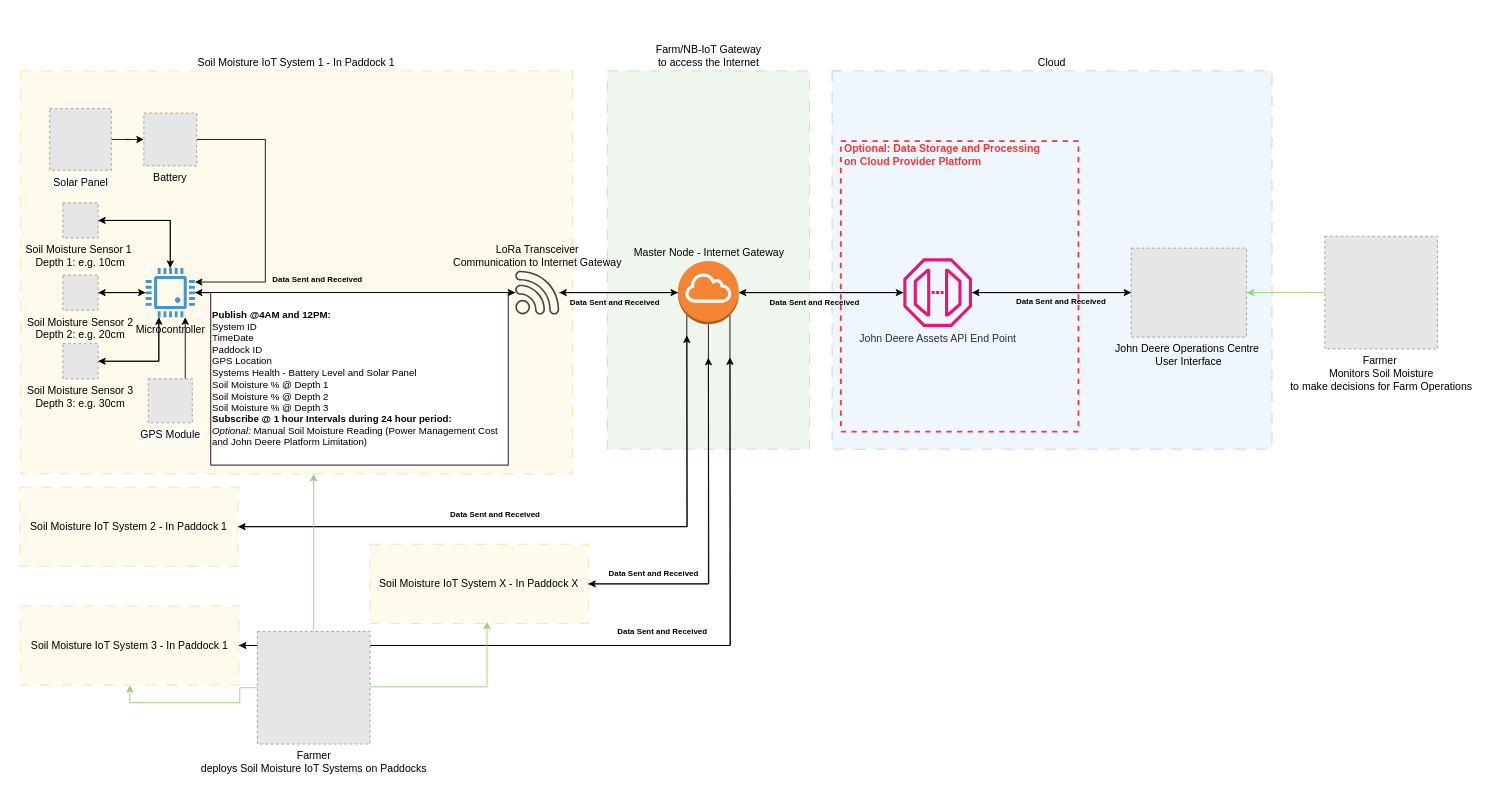
The draw.io diagram Deliverables/Ideal Solution Diagram.drawio in bellabaohaha/CITS5206-Gp2, before the edit. Source tidied: cells renumbered, new cells numbered last; positions are measured from the earlier drawing's top-left corner, leaving out a move shared by most shapes. Both pictures are drawn from the tidied source at 88%, with x=0, y=0 at pixel (19, 70). Pictures stored in the file or linked from it are replaced by grey dashed boxes.
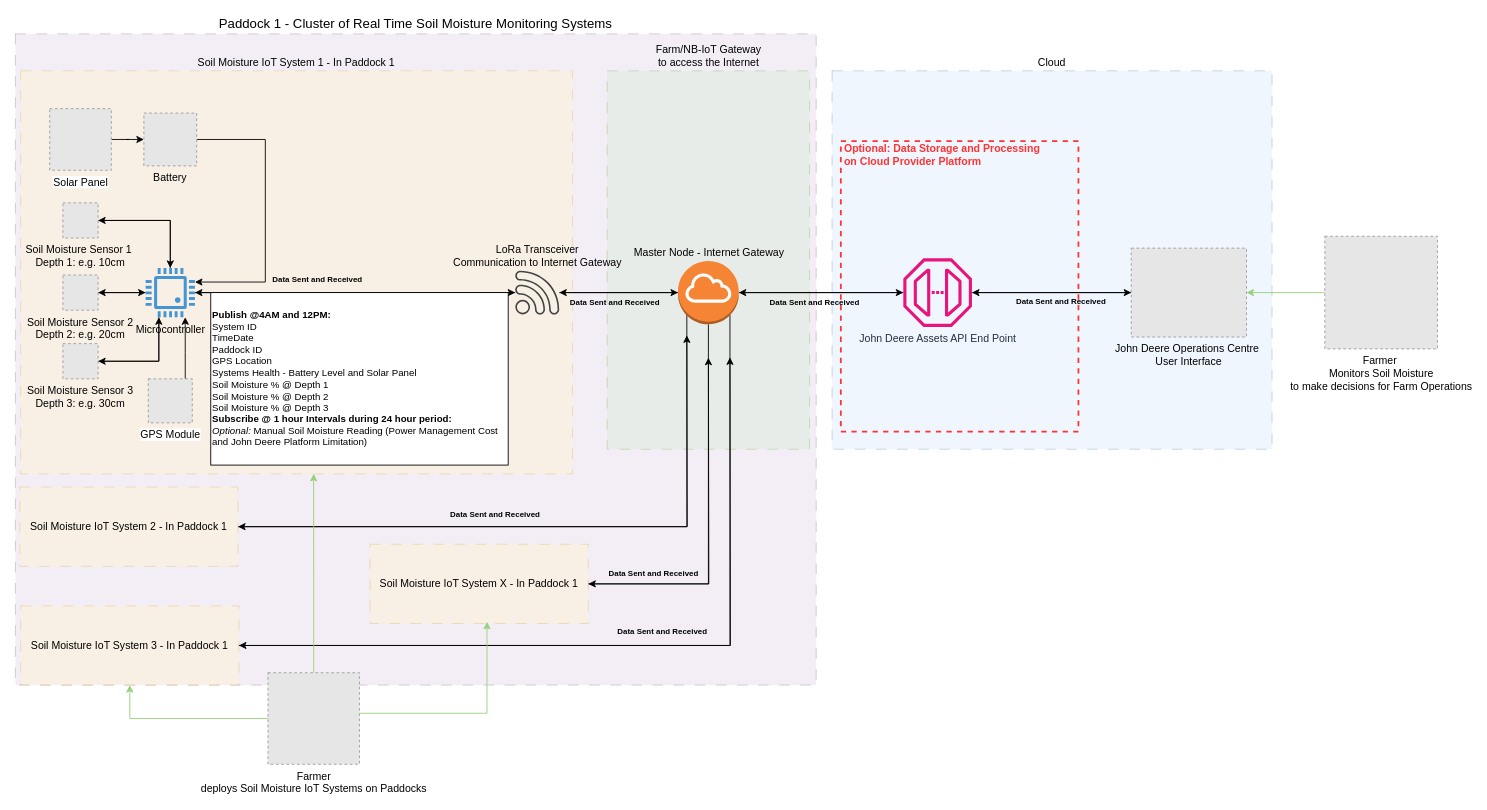
The same diagram, later.

Commit message (it also covers changes not shown here):
Updated Ideal Soltion Diagram, added UML Class Diagram

The edit, as a diff of the source:
```diff
@@
+    <mxCell id="57" value="&lt;font style=&quot;font-size: 15px;&quot;&gt;Paddock 1 - Cluster of Real Time Soil Moisture Monitoring Systems&lt;/font&gt;" style="rounded=0;whiteSpace=wrap;html=1;fillColor=#e1d5e7;strokeColor=#9673a6;opacity=40;dashed=1;dashPattern=12 12;labelPosition=center;verticalLabelPosition=top;align=center;verticalAlign=bottom;" parent="1" vertex="1">
+      <mxGeometry x="-5" y="-42" width="910" height="740" as="geometry" />
+    </mxCell>
@@
-    <mxCell id="35" value="&lt;div&gt;Soil Moisture IoT System X - In Paddock X&lt;br&gt;&lt;/div&gt;" style="rounded=0;whiteSpace=wrap;html=1;fillColor=#fff2cc;strokeColor=#d6b656;opacity=40;dashed=1;dashPattern=12 12;labelPosition=center;verticalLabelPosition=middle;align=center;verticalAlign=middle;" parent="1" vertex="1">
+    <mxCell id="35" value="&lt;div&gt;Soil Moisture IoT System X - In Paddock 1&lt;br&gt;&lt;/div&gt;" style="rounded=0;whiteSpace=wrap;html=1;fillColor=#fff2cc;strokeColor=#d6b656;opacity=40;dashed=1;dashPattern=12 12;labelPosition=center;verticalLabelPosition=middle;align=center;verticalAlign=middle;" parent="1" vertex="1">
       <mxGeometry x="398" y="538" width="248" height="90" as="geometry" />
     </mxCell>
@@
     <mxCell id="45" value="&lt;div&gt;Farmer&lt;/div&gt;&lt;div&gt;deploys Soil Moisture IoT Systems on Paddocks&lt;/div&gt;" style="fillColor=#E6E6E6;strokeColor=#999999;dashed=1;html=1;verticalAlign=top;verticalLabelPosition=bottom;labelBackgroundColor=#ffffff;" parent="1" vertex="1">
-      <mxGeometry x="270" y="637" width="128" height="128" as="geometry" />
+      <mxGeometry x="282" y="684" width="104" height="104" as="geometry" />
     </mxCell>
@@
     <mxCell id="47" style="edgeStyle=orthogonalEdgeStyle;rounded=0;jettySize=auto;html=1;entryX=0.536;entryY=0.979;entryDx=0;entryDy=0;entryPerimeter=0;strokeColor=#97D077;" parent="1" edge="1" source="45" target="35">
       <mxGeometry relative="1" as="geometry">
         <Array as="points">
-          <mxPoint x="531" y="700" />
+          <mxPoint x="531" y="730" />
         </Array>
       </mxGeometry>
     </mxCell>
```
